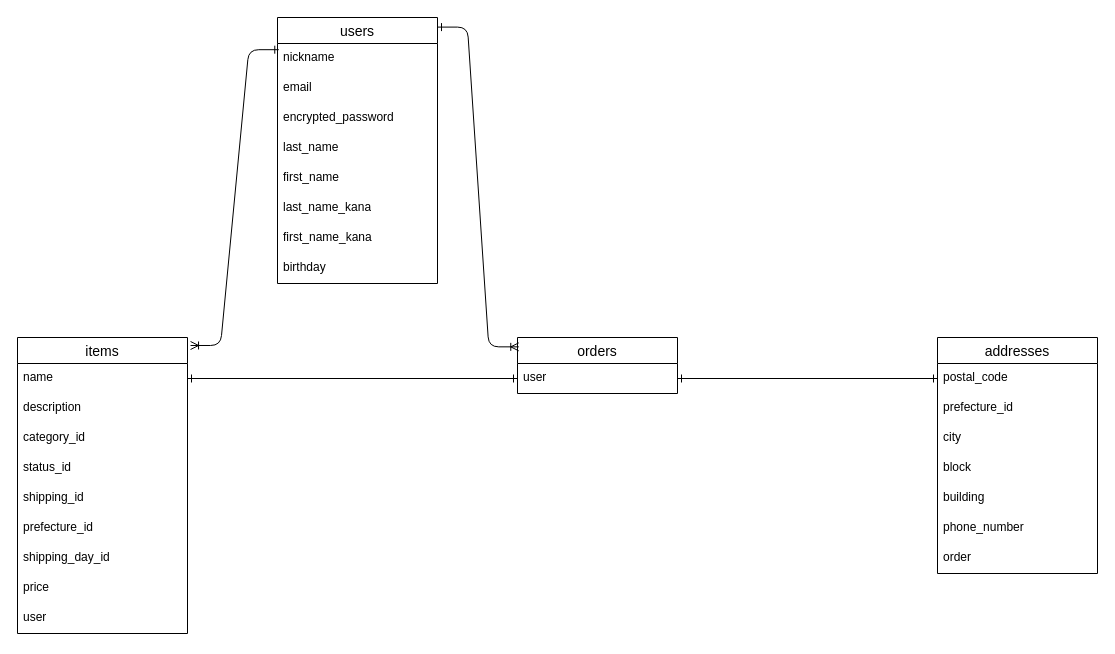
kazu666666/furima-42184 keeps this draw.io diagram as .dio. Above is the earlier version. Source tidied: cells renumbered, new cells numbered last; positions are measured from the earlier drawing's top-left corner, leaving out a move shared by most shapes. Both pictures are drawn from the tidied source at 100%, with x=0, y=0 at pixel (17, 17).
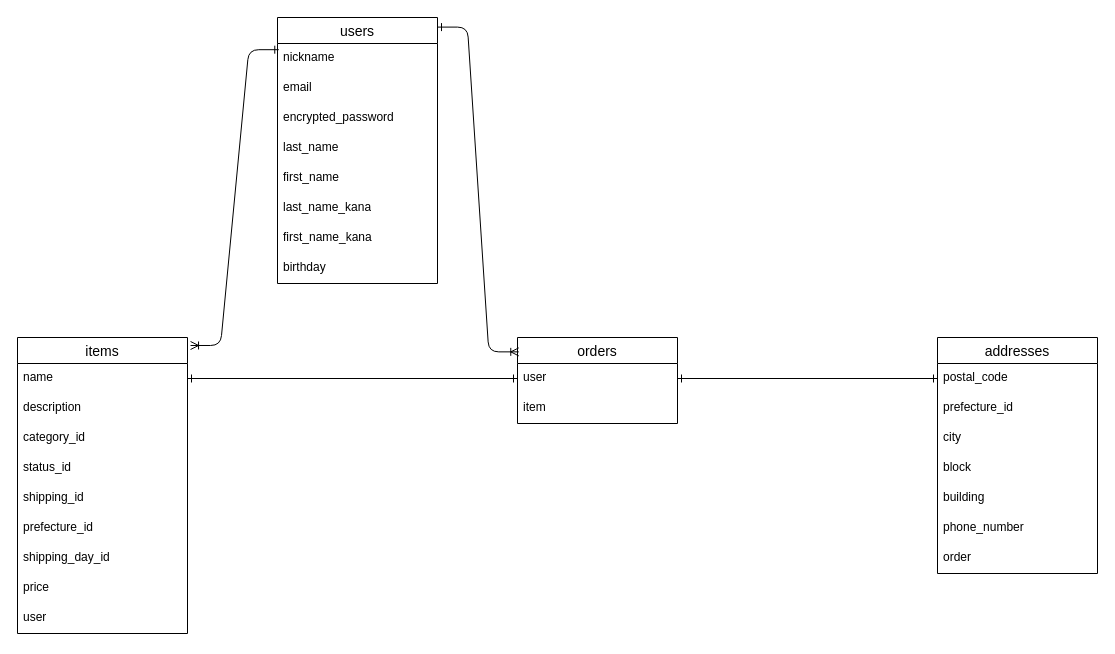
The same diagram, later.

Diff of the diagram source:
```diff
@@
     <mxCell id="21" value="orders" style="swimlane;fontStyle=0;horizontal=1;startSize=26;align=center;fontSize=14;" parent="1" vertex="1">
-      <mxGeometry x="500" y="320" width="160" height="56" as="geometry" />
+      <mxGeometry x="500" y="320" width="160" height="86" as="geometry" />
     </mxCell>
@@
+    <mxCell id="35" value="item" style="text;strokeColor=none;fillColor=none;spacingLeft=4;spacingRight=4;overflow=hidden;fontSize=12;whiteSpace=wrap;html=1;" parent="21" vertex="1">
+      <mxGeometry y="56" width="160" height="30" as="geometry" />
+    </mxCell>
```
